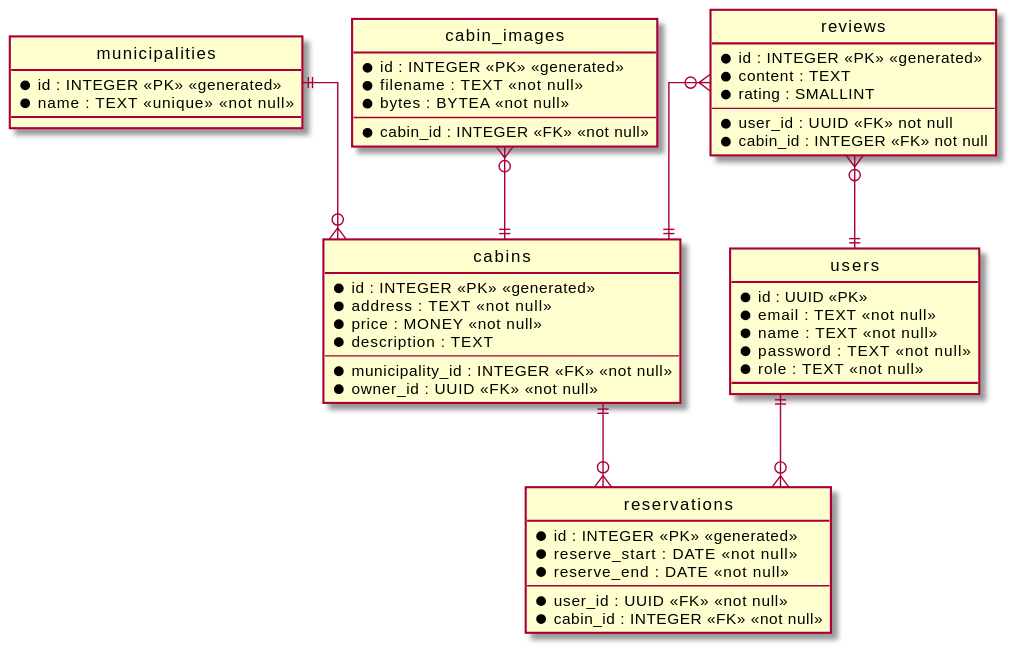
Before: docs/db_diagram.svg, a diagram exported from PlantUML (mjjs/tsoha-2021-cabin-browser).
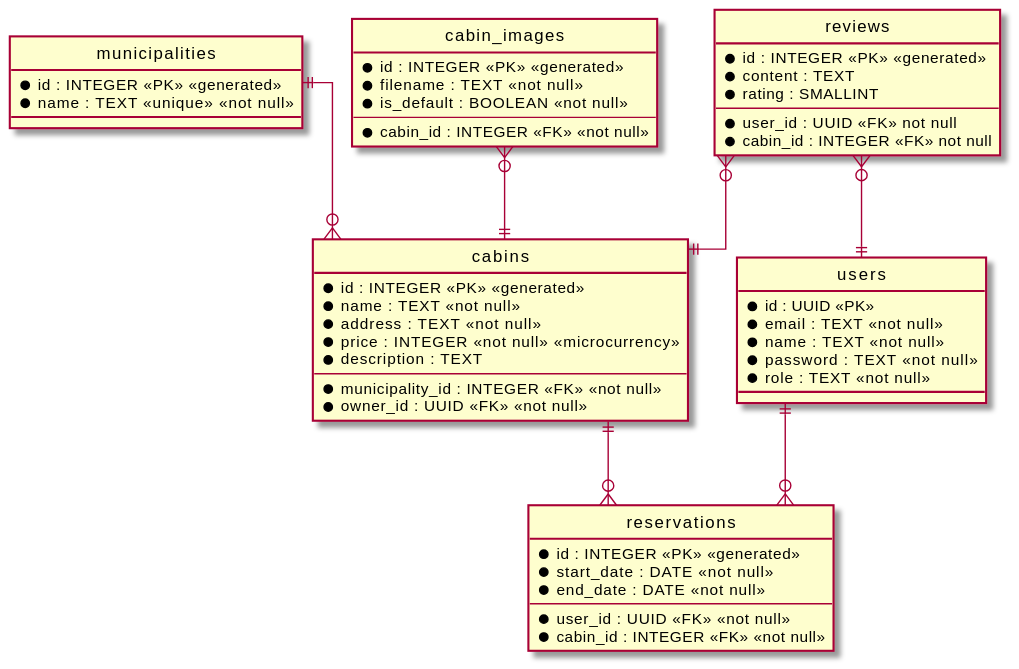
After the change.

Commit message:
Keep db diagram up to date

The edit, as a diff of the source:
```diff
@@ -18,8 +18,9 @@
 
 entity cabins {
   * id : INTEGER <<PK>> <<generated>>
+  * name : TEXT <<not null>>
   * address : TEXT <<not null>>
-  * price : MONEY <<not null>>
+  * price : INTEGER <<not null>> <<microcurrency>>
   * description : TEXT
   ---
   * municipality_id : INTEGER <<FK>> <<not null>>
@@ -37,8 +38,8 @@
 
 entity reservations {
   * id : INTEGER <<PK>> <<generated>>
-  * reserve_start : DATE <<not null>>
-  * reserve_end : DATE <<not null>>
+  * start_date : DATE <<not null>>
+  * end_date : DATE <<not null>>
   ---
   * user_id : UUID <<FK>> <<not null>>
   * cabin_id : INTEGER <<FK>> <<not null>>
@@ -47,7 +48,7 @@
 entity cabin_images {
   * id : INTEGER <<PK>> <<generated>>
   * filename : TEXT <<not null>>
-  * bytes : BYTEA <<not null>>
+  * is_default : BOOLEAN <<not null>>
   ---
   * cabin_id : INTEGER <<FK>> <<not null>>
 }
```
